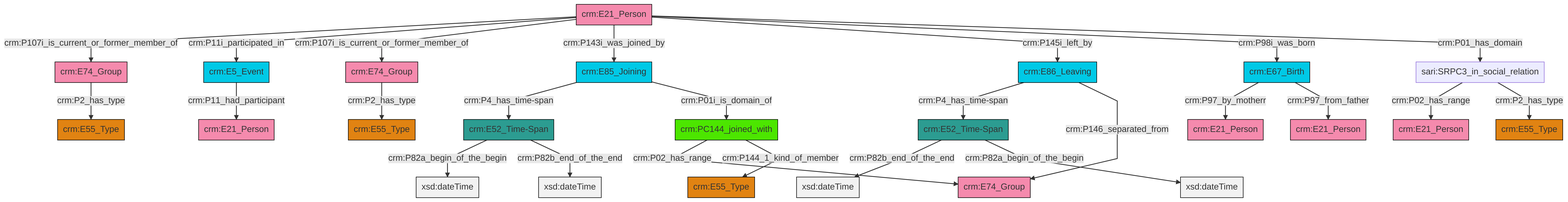
This is et/personCSV/ttl/mmd/png/Person_Actor_Relations.png from swiss-art-research-net/reference-data-models, a Mermaid export, as it was before one commit. Its source is kept beside it as et/personCSV/ttl/mmd/Person_Actor_Relations.ttl.mmd.
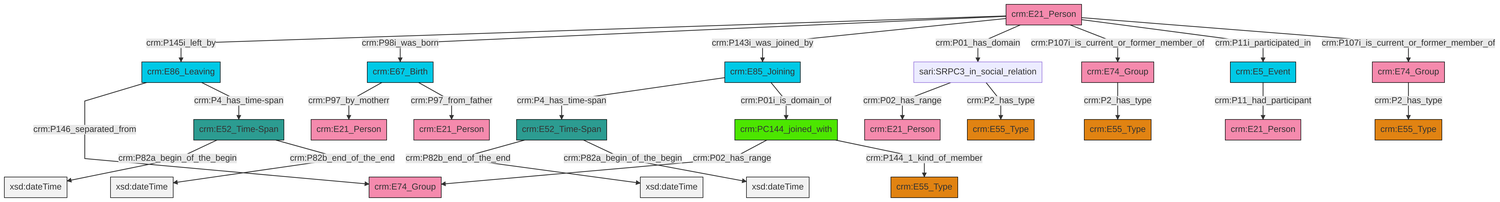
Later version of the same file.

Diff of the diagram source:
```diff
@@ -13,27 +13,27 @@
 classDef PC_Classes fill:#4ce600, stroke:#000000;
 classDef Multi fill:#cccccc,stroke:#000000;
 
-0["crm:E86_Leaving"]:::Temporal_Entity -->|crm:P4_has_time-span| 1["crm:E52_Time-Span"]:::Time-Span
-2["crm:E85_Joining"]:::Temporal_Entity -->|crm:P4_has_time-span| 6["crm:E52_Time-Span"]:::Time-Span
-7["crm:E5_Event"]:::Temporal_Entity -->|crm:P11_had_participant| 8["crm:E21_Person"]:::Actor
-9["crm:E21_Person"]:::Actor -->|crm:P107i_is_current_or_former_member_of| 10["crm:E74_Group"]:::Actor
-1["crm:E52_Time-Span"]:::Time-Span -->|crm:P82b_end_of_the_end| 13[xsd:dateTime]:::Literal
-4["crm:PC144_joined_with"]:::PC_Classes -->|crm:P02_has_range| 16["crm:E74_Group"]:::Actor
-1["crm:E52_Time-Span"]:::Time-Span -->|crm:P82a_begin_of_the_begin| 20[xsd:dateTime]:::Literal
-9["crm:E21_Person"]:::Actor -->|crm:P11i_participated_in| 7["crm:E5_Event"]:::Temporal_Entity
-4["crm:PC144_joined_with"]:::PC_Classes -->|crm:P144_1_kind_of_member| 24["crm:E55_Type"]:::Type
-25["crm:E74_Group"]:::Actor -->|crm:P2_has_type| 18["crm:E55_Type"]:::Type
-11["sari:SRPC3_in_social_relation"]:::Default -->|crm:P02_has_range| 26["crm:E21_Person"]:::Actor
-9["crm:E21_Person"]:::Actor -->|crm:P107i_is_current_or_former_member_of| 25["crm:E74_Group"]:::Actor
-9["crm:E21_Person"]:::Actor -->|crm:P143i_was_joined_by| 2["crm:E85_Joining"]:::Temporal_Entity
-9["crm:E21_Person"]:::Actor -->|crm:P145i_left_by| 0["crm:E86_Leaving"]:::Temporal_Entity
-27["crm:E67_Birth"]:::Temporal_Entity -->|crm:P97_by_motherr| 14["crm:E21_Person"]:::Actor
-9["crm:E21_Person"]:::Actor -->|crm:P98i_was_born| 27["crm:E67_Birth"]:::Temporal_Entity
-10["crm:E74_Group"]:::Actor -->|crm:P2_has_type| 30["crm:E55_Type"]:::Type
-27["crm:E67_Birth"]:::Temporal_Entity -->|crm:P97_from_father| 33["crm:E21_Person"]:::Actor
-9["crm:E21_Person"]:::Actor -->|crm:P01_has_domain| 11["sari:SRPC3_in_social_relation"]:::Default
-2["crm:E85_Joining"]:::Temporal_Entity -->|crm:P01i_is_domain_of| 4["crm:PC144_joined_with"]:::PC_Classes
-11["sari:SRPC3_in_social_relation"]:::Default -->|crm:P2_has_type| 34["crm:E55_Type"]:::Type
-0["crm:E86_Leaving"]:::Temporal_Entity -->|crm:P146_separated_from| 16["crm:E74_Group"]:::Actor
-6["crm:E52_Time-Span"]:::Time-Span -->|crm:P82a_begin_of_the_begin| 43[xsd:dateTime]:::Literal
-6["crm:E52_Time-Span"]:::Time-Span -->|crm:P82b_end_of_the_end| 45[xsd:dateTime]:::Literal
+0["crm:E21_Person"]:::Actor -->|crm:P145i_left_by| 1["crm:E86_Leaving"]:::Temporal_Entity
+0["crm:E21_Person"]:::Actor -->|crm:P98i_was_born| 2["crm:E67_Birth"]:::Temporal_Entity
+0["crm:E21_Person"]:::Actor -->|crm:P143i_was_joined_by| 8["crm:E85_Joining"]:::Temporal_Entity
+2["crm:E67_Birth"]:::Temporal_Entity -->|crm:P97_by_motherr| 9["crm:E21_Person"]:::Actor
+10["sari:SRPC3_in_social_relation"]:::Default -->|crm:P02_has_range| 6["crm:E21_Person"]:::Actor
+1["crm:E86_Leaving"]:::Temporal_Entity -->|crm:P146_separated_from| 11["crm:E74_Group"]:::Actor
+0["crm:E21_Person"]:::Actor -->|crm:P01_has_domain| 10["sari:SRPC3_in_social_relation"]:::Default
+17["crm:PC144_joined_with"]:::PC_Classes -->|crm:P02_has_range| 11["crm:E74_Group"]:::Actor
+8["crm:E85_Joining"]:::Temporal_Entity -->|crm:P4_has_time-span| 22["crm:E52_Time-Span"]:::Time-Span
+2["crm:E67_Birth"]:::Temporal_Entity -->|crm:P97_from_father| 25["crm:E21_Person"]:::Actor
+28["crm:E5_Event"]:::Temporal_Entity -->|crm:P11_had_participant| 29["crm:E21_Person"]:::Actor
+31["crm:E52_Time-Span"]:::Time-Span -->|crm:P82a_begin_of_the_begin| 32[xsd:dateTime]:::Literal
+0["crm:E21_Person"]:::Actor -->|crm:P107i_is_current_or_former_member_of| 19["crm:E74_Group"]:::Actor
+17["crm:PC144_joined_with"]:::PC_Classes -->|crm:P144_1_kind_of_member| 13["crm:E55_Type"]:::Type
+31["crm:E52_Time-Span"]:::Time-Span -->|crm:P82b_end_of_the_end| 35[xsd:dateTime]:::Literal
+15["crm:E74_Group"]:::Actor -->|crm:P2_has_type| 4["crm:E55_Type"]:::Type
+8["crm:E85_Joining"]:::Temporal_Entity -->|crm:P01i_is_domain_of| 17["crm:PC144_joined_with"]:::PC_Classes
+0["crm:E21_Person"]:::Actor -->|crm:P11i_participated_in| 28["crm:E5_Event"]:::Temporal_Entity
+1["crm:E86_Leaving"]:::Temporal_Entity -->|crm:P4_has_time-span| 31["crm:E52_Time-Span"]:::Time-Span
+22["crm:E52_Time-Span"]:::Time-Span -->|crm:P82b_end_of_the_end| 36[xsd:dateTime]:::Literal
+22["crm:E52_Time-Span"]:::Time-Span -->|crm:P82a_begin_of_the_begin| 39[xsd:dateTime]:::Literal
+0["crm:E21_Person"]:::Actor -->|crm:P107i_is_current_or_former_member_of| 15["crm:E74_Group"]:::Actor
+10["sari:SRPC3_in_social_relation"]:::Default -->|crm:P2_has_type| 37["crm:E55_Type"]:::Type
+19["crm:E74_Group"]:::Actor -->|crm:P2_has_type| 26["crm:E55_Type"]:::Type
```
